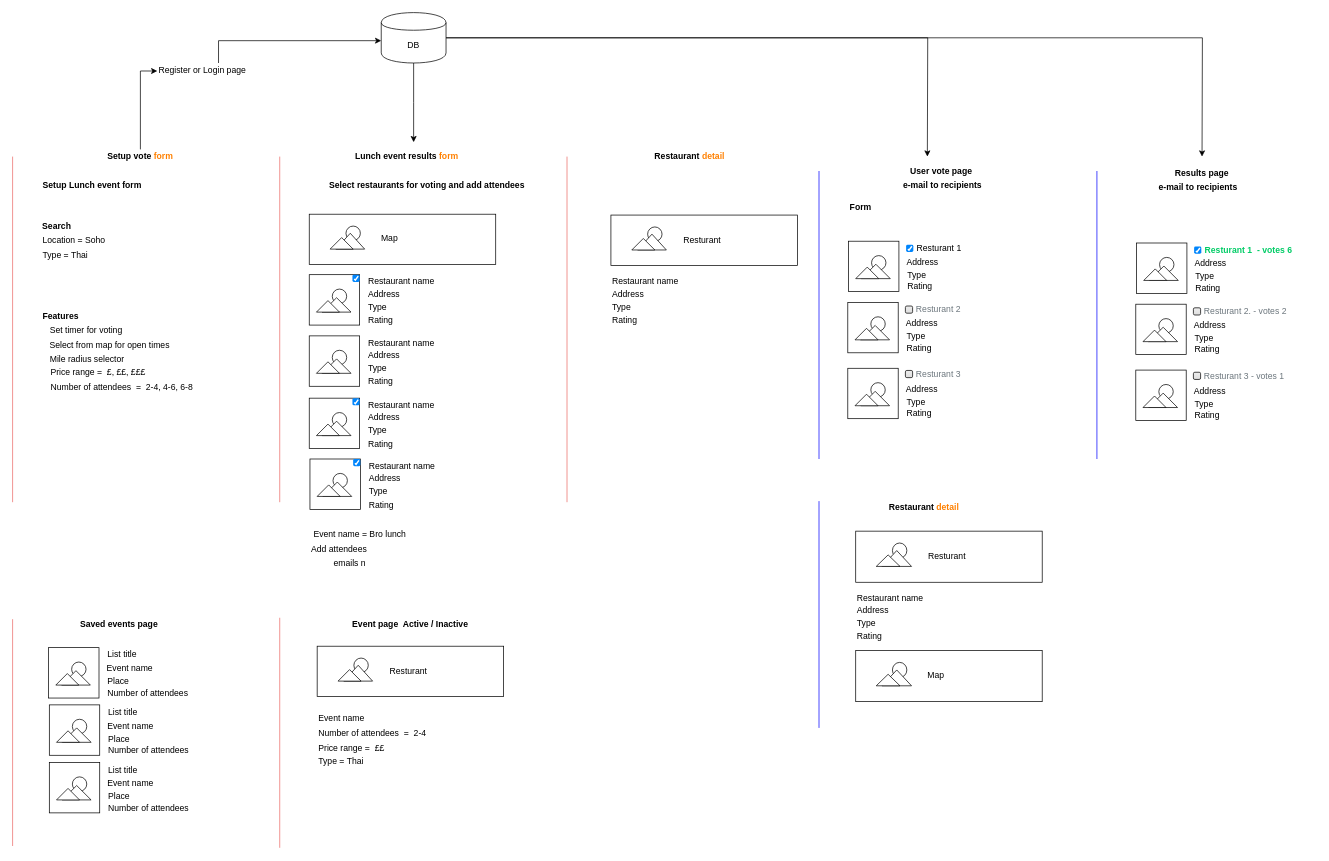
This is lunchSystem.drawio from ameenaziz/lunch, a draw.io file, before an edit. Source tidied: cells renumbered, new cells numbered last; positions are measured from the earlier drawing's top-left corner, leaving out a move shared by most shapes. Both pictures are drawn from the tidied source at 72%, with x=0, y=0 at pixel (12, 12).
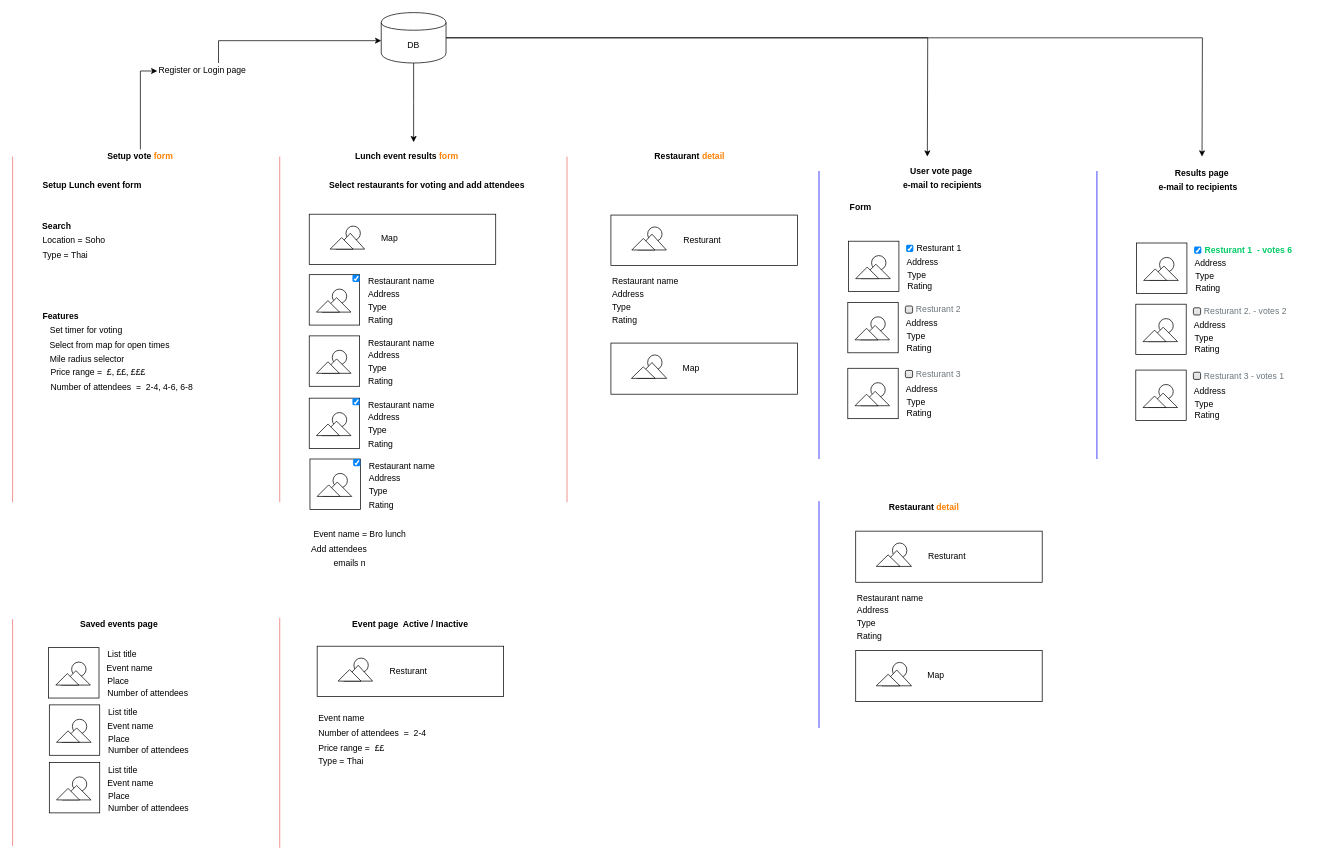
Above is the later version.

What changed in the source:
```diff
@@
+    <mxCell id="331" style="whiteSpace=wrap;html=1;fontStyle=0;" parent="1" vertex="1">
+      <mxGeometry x="831" y="459" width="259" height="71" as="geometry" />
+    </mxCell>
+    <mxCell id="332" style="group;" parent="1" vertex="1">
+      <mxGeometry x="831" y="459" width="70" height="71" as="geometry" />
+    </mxCell>
+    <mxCell id="333" style="group;" parent="332" vertex="1">
+      <mxGeometry x="29" y="16.5" width="48" height="42" as="geometry" />
+    </mxCell>
+    <mxCell id="334" style="group;" parent="333" vertex="1">
+      <mxGeometry x="22" width="20" height="21" as="geometry" />
+    </mxCell>
+    <mxCell id="335" style="ellipse;whiteSpace=wrap;html=1;" parent="334" vertex="1">
+      <mxGeometry width="20" height="21" as="geometry" />
+    </mxCell>
+    <mxCell id="336" style="group;" parent="333" vertex="1">
+      <mxGeometry y="12" width="48" height="30" as="geometry" />
+    </mxCell>
+    <mxCell id="337" style="group;" parent="336" vertex="1">
+      <mxGeometry width="48" height="30" as="geometry" />
+    </mxCell>
+    <mxCell id="338" style="group;" parent="337" vertex="1">
+      <mxGeometry width="48" height="30" as="geometry" />
+    </mxCell>
+    <mxCell id="339" style="triangle;whiteSpace=wrap;html=1;rotation=-90;" parent="338" vertex="1">
+      <mxGeometry x="17" y="-11" width="22" height="41" as="geometry" />
+    </mxCell>
+    <mxCell id="340" style="triangle;whiteSpace=wrap;html=1;rotation=-90;" parent="338" vertex="1">
+      <mxGeometry x="8" y="-4" width="16" height="33" as="geometry" />
+    </mxCell>
+    <mxCell id="341" value="Map" style="text;html=1;strokeColor=none;fillColor=none;align=left;verticalAlign=middle;whiteSpace=wrap;rounded=0;" parent="1" vertex="1">
+      <mxGeometry x="929" y="483" width="80" height="21" as="geometry" />
+    </mxCell>
```
